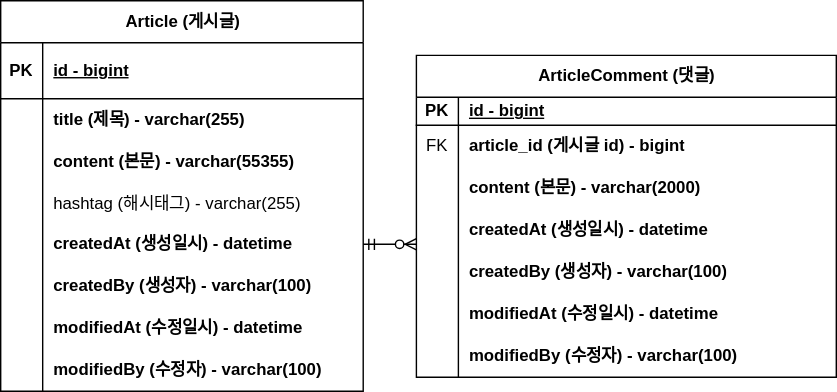
The draw.io diagram document/project-board-erd.svg in myhyun0002/notice-board-project, before a commit. Source tidied: cells renumbered, new cells last; positions are measured from the earlier drawing's top-left corner, leaving out a move shared by most shapes.
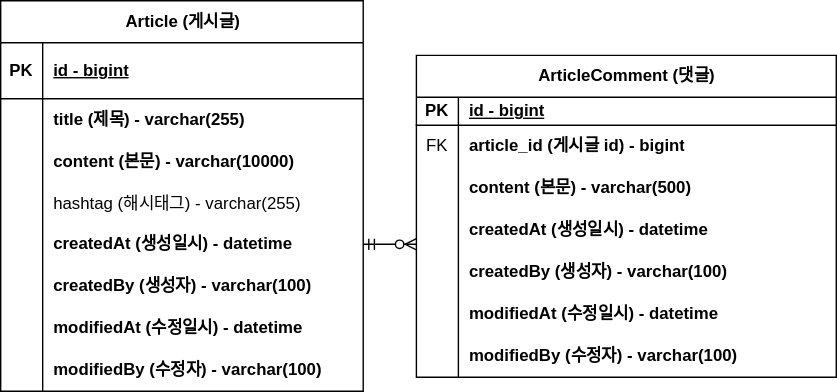
The same diagram one commit later.

Commit message:
#6 - erd 업데이트 : content 사이즈 변경

Diff of the diagram source:
```diff
@@ -29,7 +29,7 @@
     <mxCell id="10" style="shape=partialRectangle;fillColor=none;top=0;left=0;bottom=0;right=0;overflow=hidden;whiteSpace=wrap;html=1;" parent="9" vertex="1">
       <mxGeometry width="30" height="30" as="geometry" />
     </mxCell>
-    <mxCell id="11" value="content (본문) - varchar(55355)" style="shape=partialRectangle;fillColor=none;top=0;left=0;bottom=0;right=0;align=left;spacingLeft=6;overflow=hidden;whiteSpace=wrap;html=1;fontStyle=1;" parent="9" vertex="1">
+    <mxCell id="11" value="content (본문) - varchar(10000)" style="shape=partialRectangle;fillColor=none;top=0;left=0;bottom=0;right=0;align=left;spacingLeft=6;overflow=hidden;whiteSpace=wrap;html=1;fontStyle=1;" parent="9" vertex="1">
       <mxGeometry x="30" width="229" height="30" as="geometry" />
     </mxCell>
     <mxCell id="12" style="shape=tableRow;horizontal=0;startSize=0;swimlaneHead=0;swimlaneBody=0;fillColor=none;top=0;left=0;right=0;bottom=0;" parent="2" vertex="1">
@@ -104,7 +104,7 @@
     <mxCell id="35" style="shape=partialRectangle;fillColor=none;top=0;left=0;bottom=0;right=0;overflow=hidden;whiteSpace=wrap;html=1;" parent="34" vertex="1">
       <mxGeometry width="30" height="30" as="geometry" />
     </mxCell>
-    <mxCell id="36" value="content (본문) - varchar(2000)" style="shape=partialRectangle;fillColor=none;top=0;left=0;bottom=0;right=0;align=left;spacingLeft=6;overflow=hidden;whiteSpace=wrap;html=1;fontStyle=1;" parent="34" vertex="1">
+    <mxCell id="36" value="content (본문) - varchar(500)" style="shape=partialRectangle;fillColor=none;top=0;left=0;bottom=0;right=0;align=left;spacingLeft=6;overflow=hidden;whiteSpace=wrap;html=1;fontStyle=1;" parent="34" vertex="1">
       <mxGeometry x="30" width="270" height="30" as="geometry" />
     </mxCell>
     <mxCell id="37" style="shape=tableRow;horizontal=0;startSize=0;swimlaneHead=0;swimlaneBody=0;fillColor=none;points=[[0,0.5],[1,0.5]];portConstraint=eastwest;top=0;left=0;right=0;bottom=0;" parent="27" vertex="1">
```
